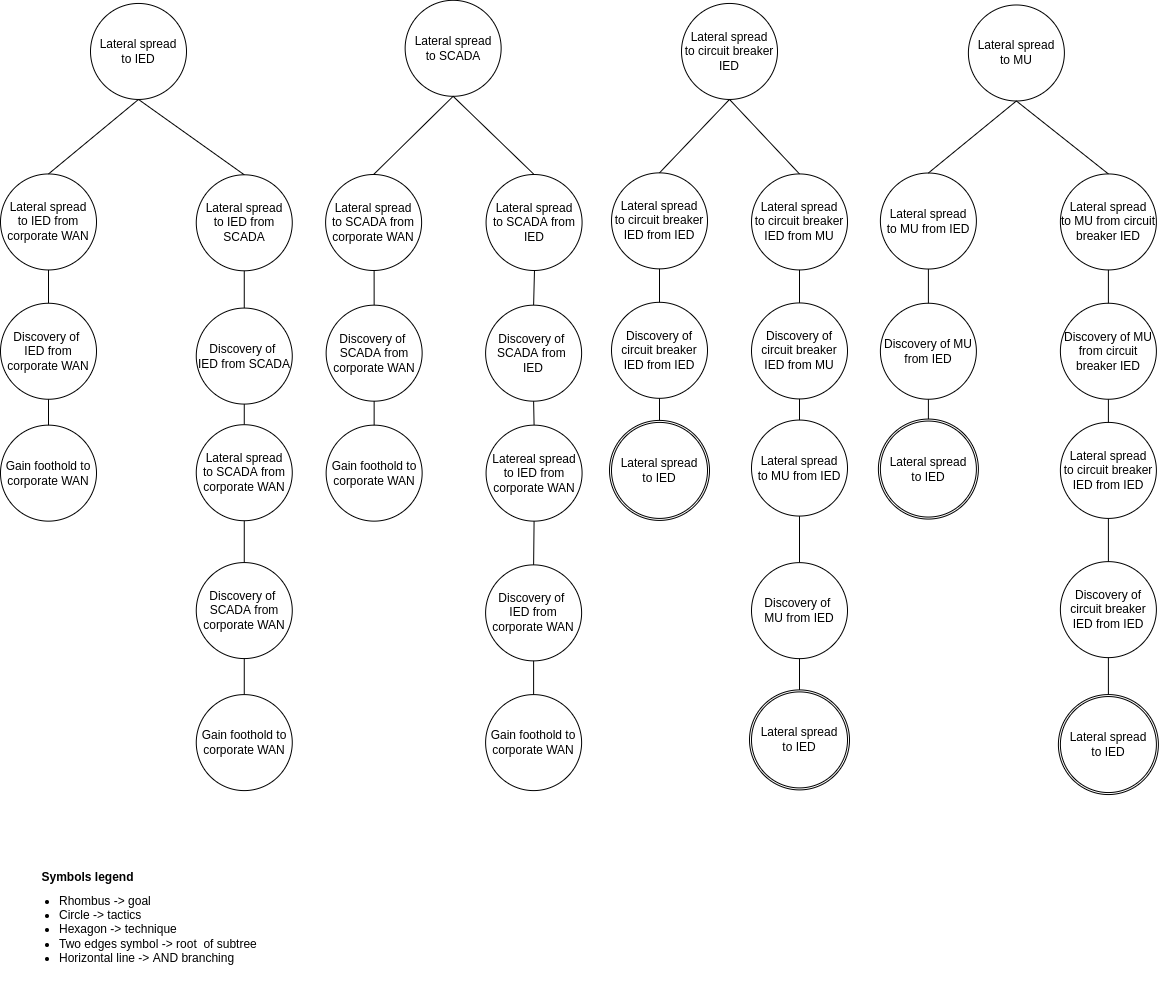
Above: drawIO_trees/solution_5_helper_trees_1.drawio.png in mihaelM/Attack_trees (draw.io), before the change. Source tidied: cells renumbered, new cells last; positions are measured from the earlier drawing's top-left corner, leaving out a move shared by most shapes.
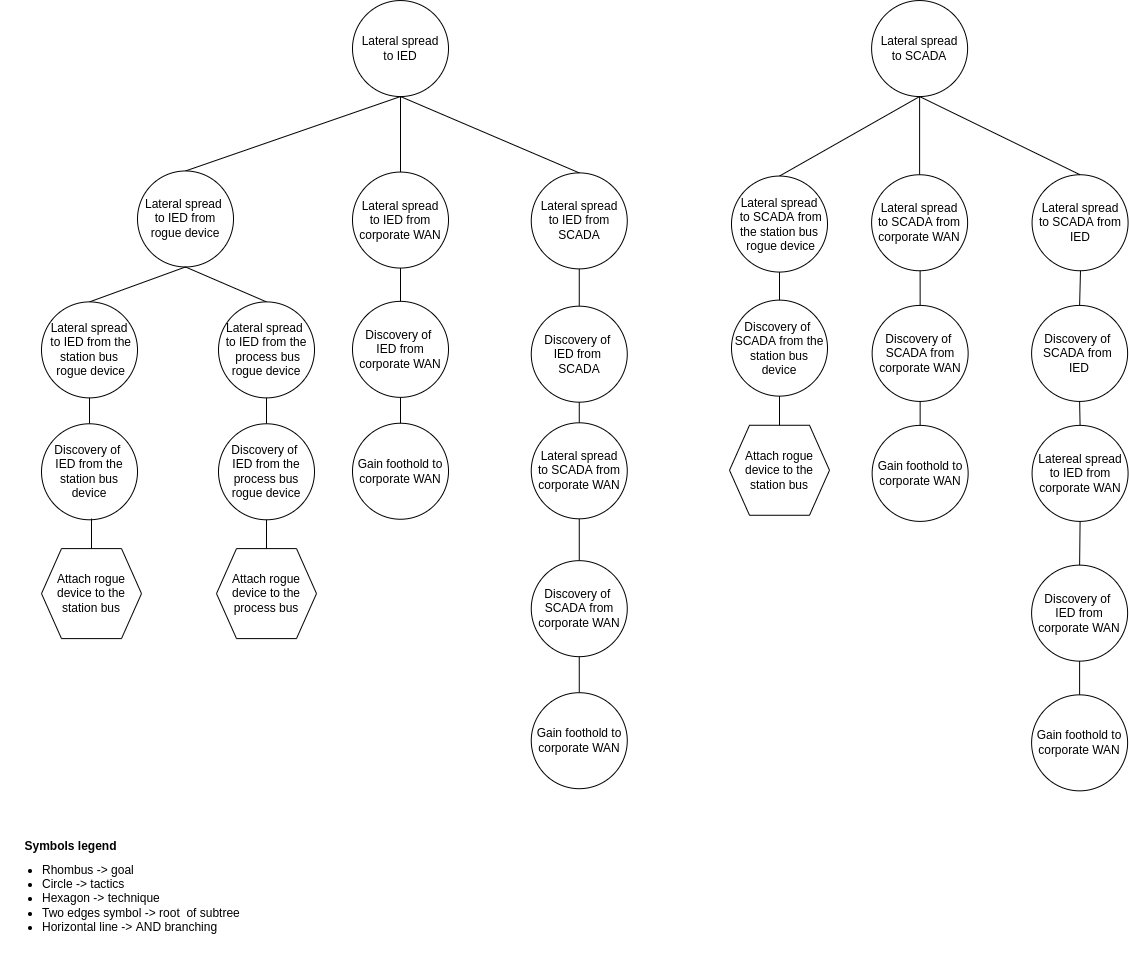
After the change.

Diff of the diagram source:
```diff
@@ -5,6 +5,6 @@
     <mxCell id="2" value="&lt;font style=&quot;font-size: 12px&quot;&gt;Symbols legend&lt;/font&gt;" style="text;strokeColor=none;fillColor=none;html=1;fontSize=24;fontStyle=1;verticalAlign=middle;align=center;" parent="1" vertex="1">
-      <mxGeometry x="37" y="853" width="100" height="40" as="geometry" />
+      <mxGeometry x="-996" y="834" width="100" height="40" as="geometry" />
     </mxCell>
     <mxCell id="3" value="&lt;ul&gt;&lt;li&gt;&lt;span&gt;Rhombus -&amp;gt; goal&lt;/span&gt;&lt;/li&gt;&lt;li&gt;&lt;span&gt;Circle -&amp;gt; tactics&lt;/span&gt;&lt;br&gt;&lt;/li&gt;&lt;li&gt;Hexagon -&amp;gt; technique&lt;/li&gt;&lt;li&gt;Two edges symbol -&amp;gt; root&amp;nbsp; of subtree&lt;/li&gt;&lt;li&gt;Horizontal line -&amp;gt; AND branching&lt;/li&gt;&lt;/ul&gt;" style="text;strokeColor=none;fillColor=none;html=1;whiteSpace=wrap;verticalAlign=middle;overflow=hidden;fontSize=12;" parent="1" vertex="1">
-      <mxGeometry x="17" y="874" width="270" height="110" as="geometry" />
+      <mxGeometry x="-1016" y="855" width="270" height="110" as="geometry" />
     </mxCell>
@@ -14,6 +14,6 @@
     <mxCell id="5" value="Lateral spread&lt;br&gt;to IED from corporate WAN" style="ellipse;whiteSpace=wrap;html=1;" parent="1" vertex="1">
-      <mxGeometry y="173.5" width="96" height="96" as="geometry" />
+      <mxGeometry x="-664" y="183.6" width="96" height="96" as="geometry" />
     </mxCell>
     <mxCell id="6" value="Discovery of &lt;br&gt;IED from corporate WAN" style="ellipse;whiteSpace=wrap;html=1;" parent="1" vertex="1">
-      <mxGeometry y="302.8" width="96" height="96" as="geometry" />
+      <mxGeometry x="-664" y="312.9" width="96" height="96" as="geometry" />
     </mxCell>
@@ -23,3 +23,3 @@
     <mxCell id="8" value="Gain foothold to corporate WAN" style="ellipse;whiteSpace=wrap;html=1;" parent="1" vertex="1">
-      <mxGeometry y="424.6" width="96" height="96" as="geometry" />
+      <mxGeometry x="-664" y="434.7" width="96" height="96" as="geometry" />
     </mxCell>
@@ -29,3 +29,3 @@
     <mxCell id="10" value="Lateral spread&lt;br&gt;to IED" style="ellipse;whiteSpace=wrap;html=1;" parent="1" vertex="1">
-      <mxGeometry x="90" y="2.9" width="96" height="96" as="geometry" />
+      <mxGeometry x="-664" y="12" width="96" height="96" as="geometry" />
     </mxCell>
@@ -35,6 +35,6 @@
     <mxCell id="12" value="Lateral spread&lt;br&gt;to IED from SCADA" style="ellipse;whiteSpace=wrap;html=1;" parent="1" vertex="1">
-      <mxGeometry x="195.8" y="174.3" width="96" height="96" as="geometry" />
+      <mxGeometry x="-485.2" y="184.4" width="96" height="96" as="geometry" />
     </mxCell>
-    <mxCell id="13" value="Discovery of &lt;br&gt;IED from SCADA" style="ellipse;whiteSpace=wrap;html=1;" parent="1" vertex="1">
-      <mxGeometry x="195.8" y="307.6" width="96" height="96" as="geometry" />
+    <mxCell id="13" value="Discovery of &lt;br&gt;IED from &lt;br&gt;SCADA" style="ellipse;whiteSpace=wrap;html=1;" parent="1" vertex="1">
+      <mxGeometry x="-485.2" y="317.7" width="96" height="96" as="geometry" />
     </mxCell>
@@ -50,6 +50,6 @@
     <mxCell id="17" value="Lateral spread&lt;br&gt;to SCADA from corporate WAN" style="ellipse;whiteSpace=wrap;html=1;" parent="1" vertex="1">
-      <mxGeometry x="195.8" y="424.2" width="96" height="96" as="geometry" />
+      <mxGeometry x="-485.2" y="434.3" width="96" height="96" as="geometry" />
     </mxCell>
     <mxCell id="18" value="Discovery of &lt;br&gt;SCADA from corporate WAN" style="ellipse;whiteSpace=wrap;html=1;" parent="1" vertex="1">
-      <mxGeometry x="195.8" y="562.1" width="96" height="96" as="geometry" />
+      <mxGeometry x="-485.2" y="572.2" width="96" height="96" as="geometry" />
     </mxCell>
@@ -59,3 +59,3 @@
     <mxCell id="20" value="Gain foothold to corporate WAN" style="ellipse;whiteSpace=wrap;html=1;" parent="1" vertex="1">
-      <mxGeometry x="195.8" y="694.1" width="96" height="96" as="geometry" />
+      <mxGeometry x="-485.2" y="704.2" width="96" height="96" as="geometry" />
     </mxCell>
@@ -63,3 +63,3 @@
       <mxGeometry relative="1" as="geometry">
-        <mxPoint x="373.6" y="265.8" as="targetPoint" />
+        <mxPoint x="-96.4" y="278.1" as="targetPoint" />
       </mxGeometry>
@@ -67,6 +67,6 @@
     <mxCell id="22" value="Lateral spread&lt;br&gt;to SCADA from corporate WAN" style="ellipse;whiteSpace=wrap;html=1;" parent="1" vertex="1">
-      <mxGeometry x="325.1" y="174" width="96" height="96" as="geometry" />
+      <mxGeometry x="-144.9" y="186.3" width="96" height="96" as="geometry" />
     </mxCell>
     <mxCell id="23" value="Discovery of &lt;br&gt;SCADA from corporate WAN" style="ellipse;whiteSpace=wrap;html=1;" parent="1" vertex="1">
-      <mxGeometry x="325.6" y="304.7" width="96" height="96" as="geometry" />
+      <mxGeometry x="-144.4" y="316.9" width="96" height="96" as="geometry" />
     </mxCell>
@@ -76,6 +76,6 @@
     <mxCell id="25" value="Gain foothold to corporate WAN" style="ellipse;whiteSpace=wrap;html=1;" parent="1" vertex="1">
-      <mxGeometry x="325.6" y="424.6" width="96" height="96" as="geometry" />
+      <mxGeometry x="-144.4" y="436.9" width="96" height="96" as="geometry" />
     </mxCell>
     <mxCell id="26" value="Lateral spread&lt;br&gt;to SCADA" style="ellipse;whiteSpace=wrap;html=1;" parent="1" vertex="1">
-      <mxGeometry x="404.6" y="-0.2" width="96" height="96" as="geometry" />
+      <mxGeometry x="-144.9" y="12.1" width="96" height="96" as="geometry" />
     </mxCell>
@@ -86,3 +86,3 @@
       <mxGeometry relative="1" as="geometry">
-        <mxPoint x="534.1" y="265.8" as="targetPoint" />
+        <mxPoint x="64.1" y="278.1" as="targetPoint" />
       </mxGeometry>
@@ -90,6 +90,6 @@
     <mxCell id="29" value="Lateral spread&lt;br&gt;to SCADA from IED" style="ellipse;whiteSpace=wrap;html=1;" parent="1" vertex="1">
-      <mxGeometry x="485.6" y="174" width="96" height="96" as="geometry" />
+      <mxGeometry x="15.6" y="186.3" width="96" height="96" as="geometry" />
     </mxCell>
     <mxCell id="30" value="Discovery of &lt;br&gt;SCADA from &lt;br&gt;IED" style="ellipse;whiteSpace=wrap;html=1;" parent="1" vertex="1">
-      <mxGeometry x="485.1" y="304.7" width="96" height="96" as="geometry" />
+      <mxGeometry x="15.1" y="316.9" width="96" height="96" as="geometry" />
     </mxCell>
@@ -102,3 +102,3 @@
     <mxCell id="33" value="Discovery of &lt;br&gt;IED from corporate WAN" style="ellipse;whiteSpace=wrap;html=1;" parent="1" vertex="1">
-      <mxGeometry x="485.1" y="564.4" width="96" height="96" as="geometry" />
+      <mxGeometry x="15.1" y="576.6" width="96" height="96" as="geometry" />
     </mxCell>
@@ -108,6 +108,6 @@
     <mxCell id="35" value="Gain foothold to corporate WAN" style="ellipse;whiteSpace=wrap;html=1;" parent="1" vertex="1">
-      <mxGeometry x="485.1" y="694.1" width="96" height="96" as="geometry" />
+      <mxGeometry x="15.1" y="706.4" width="96" height="96" as="geometry" />
     </mxCell>
     <mxCell id="36" value="Latereal spread to&amp;nbsp;IED from corporate WAN" style="ellipse;whiteSpace=wrap;html=1;" parent="1" vertex="1">
-      <mxGeometry x="485.6" y="424.6" width="96" height="96" as="geometry" />
+      <mxGeometry x="15.6" y="436.9" width="96" height="96" as="geometry" />
     </mxCell>
@@ -116,125 +116,64 @@
     </mxCell>
-    <mxCell id="38" value="Lateral spread&lt;br&gt;to circuit breaker IED from IED" style="ellipse;whiteSpace=wrap;html=1;" parent="1" vertex="1">
-      <mxGeometry x="611" y="172.4" width="96" height="96" as="geometry" />
-    </mxCell>
-    <mxCell id="39" style="endArrow=none;html=1;rounded=0;exitX=0.5;exitY=1;exitDx=0;exitDy=0;entryX=0.5;entryY=0;entryDx=0;entryDy=0;" parent="1" edge="1" target="73">
-      <mxGeometry relative="1" as="geometry">
-        <mxPoint x="659" y="379.1" as="sourcePoint" />
-      </mxGeometry>
-    </mxCell>
-    <mxCell id="40" value="Discovery of circuit breaker IED from IED" style="ellipse;whiteSpace=wrap;html=1;" parent="1" vertex="1">
-      <mxGeometry x="611" y="301.8" width="96" height="96" as="geometry" />
-    </mxCell>
-    <mxCell id="41" style="endArrow=none;html=1;rounded=0;exitX=0.5;exitY=1;exitDx=0;exitDy=0;entryX=0.5;entryY=0;entryDx=0;entryDy=0;" parent="1" edge="1" source="38" target="40">
-      <mxGeometry relative="1" as="geometry" />
-    </mxCell>
-    <mxCell id="42" value="Lateral spread&lt;br&gt;to circuit breaker IED" style="ellipse;whiteSpace=wrap;html=1;" parent="1" vertex="1">
-      <mxGeometry x="681" y="2.9" width="96" height="96" as="geometry" />
-    </mxCell>
-    <mxCell id="43" style="endArrow=none;html=1;rounded=0;exitX=0.5;exitY=1;exitDx=0;exitDy=0;entryX=0.5;entryY=0;entryDx=0;entryDy=0;" parent="1" edge="1" source="42" target="38">
-      <mxGeometry relative="1" as="geometry" />
-    </mxCell>
-    <mxCell id="44" value="Lateral spread&lt;br&gt;to circuit breaker IED from MU" style="ellipse;whiteSpace=wrap;html=1;" parent="1" vertex="1">
-      <mxGeometry x="751" y="173.4" width="96" height="96" as="geometry" />
-    </mxCell>
-    <mxCell id="45" style="endArrow=none;html=1;rounded=0;exitX=0.5;exitY=1;exitDx=0;exitDy=0;" parent="1" edge="1" target="69">
-      <mxGeometry relative="1" as="geometry">
-        <mxPoint x="799" y="624.1" as="sourcePoint" />
-      </mxGeometry>
-    </mxCell>
-    <mxCell id="46" value="Discovery of circuit breaker IED from MU" style="ellipse;whiteSpace=wrap;html=1;" parent="1" vertex="1">
-      <mxGeometry x="751" y="302.4" width="96" height="96" as="geometry" />
-    </mxCell>
-    <mxCell id="47" style="endArrow=none;html=1;rounded=0;exitX=0.5;exitY=1;exitDx=0;exitDy=0;entryX=0.5;entryY=0;entryDx=0;entryDy=0;" parent="1" edge="1" source="44" target="46">
-      <mxGeometry relative="1" as="geometry" />
-    </mxCell>
-    <mxCell id="48" style="endArrow=none;html=1;rounded=0;exitX=0.5;exitY=1;exitDx=0;exitDy=0;entryX=0.5;entryY=0;entryDx=0;entryDy=0;" parent="1" edge="1" source="42" target="44">
-      <mxGeometry relative="1" as="geometry" />
-    </mxCell>
-    <mxCell id="49" style="endArrow=none;html=1;rounded=0;exitX=0.5;exitY=0;exitDx=0;exitDy=0;" parent="1" edge="1" source="51" target="50">
-      <mxGeometry relative="1" as="geometry" />
-    </mxCell>
-    <mxCell id="50" value="Lateral spread&lt;br&gt;to MU from IED" style="ellipse;whiteSpace=wrap;html=1;" parent="1" vertex="1">
-      <mxGeometry x="751" y="419.6" width="96" height="96" as="geometry" />
-    </mxCell>
-    <mxCell id="51" value="Discovery of &lt;br&gt;MU from IED" style="ellipse;whiteSpace=wrap;html=1;" parent="1" vertex="1">
-      <mxGeometry x="751" y="562.1" width="96" height="96" as="geometry" />
-    </mxCell>
-    <mxCell id="52" style="endArrow=none;html=1;rounded=0;exitX=0.5;exitY=1;exitDx=0;exitDy=0;" parent="1" edge="1" source="46" target="50">
-      <mxGeometry relative="1" as="geometry" />
-    </mxCell>
-    <mxCell id="53" value="Lateral spread&lt;br&gt;to MU from IED" style="ellipse;whiteSpace=wrap;html=1;" parent="1" vertex="1">
-      <mxGeometry x="879.9" y="172.5" width="96" height="96" as="geometry" />
-    </mxCell>
-    <mxCell id="54" style="endArrow=none;html=1;rounded=0;exitX=0.5;exitY=1;exitDx=0;exitDy=0;entryX=0.5;entryY=0;entryDx=0;entryDy=0;" parent="1" edge="1" target="75">
-      <mxGeometry relative="1" as="geometry">
-        <mxPoint x="927.9" y="389.4" as="sourcePoint" />
-      </mxGeometry>
-    </mxCell>
-    <mxCell id="55" value="Discovery of MU from IED" style="ellipse;whiteSpace=wrap;html=1;" parent="1" vertex="1">
-      <mxGeometry x="879.9" y="302.7" width="96" height="96" as="geometry" />
-    </mxCell>
-    <mxCell id="56" style="endArrow=none;html=1;rounded=0;exitX=0.5;exitY=1;exitDx=0;exitDy=0;entryX=0.5;entryY=0;entryDx=0;entryDy=0;" parent="1" edge="1" source="53" target="55">
-      <mxGeometry relative="1" as="geometry" />
-    </mxCell>
-    <mxCell id="57" value="Lateral spread&lt;br&gt;to MU" style="ellipse;whiteSpace=wrap;html=1;" parent="1" vertex="1">
-      <mxGeometry x="967.9" y="4.5" width="96" height="96" as="geometry" />
-    </mxCell>
-    <mxCell id="58" style="endArrow=none;html=1;rounded=0;exitX=0.5;exitY=0;exitDx=0;exitDy=0;entryX=0.5;entryY=1;entryDx=0;entryDy=0;" parent="1" edge="1" source="53" target="57">
-      <mxGeometry relative="1" as="geometry" />
-    </mxCell>
-    <mxCell id="59" value="Lateral spread&lt;br&gt;to MU from circuit breaker IED" style="ellipse;whiteSpace=wrap;html=1;" parent="1" vertex="1">
-      <mxGeometry x="1059.9" y="173.4" width="96" height="96" as="geometry" />
-    </mxCell>
-    <mxCell id="60" style="endArrow=none;html=1;rounded=0;exitX=0.5;exitY=1;exitDx=0;exitDy=0;" parent="1" edge="1">
-      <mxGeometry relative="1" as="geometry">
-        <mxPoint x="1107.9" y="647.1" as="sourcePoint" />
-        <mxPoint x="1107.9" y="696.1" as="targetPoint" />
-      </mxGeometry>
-    </mxCell>
-    <mxCell id="61" value="Discovery of MU from circuit breaker IED" style="ellipse;whiteSpace=wrap;html=1;" parent="1" vertex="1">
-      <mxGeometry x="1059.9" y="302.7" width="96" height="96" as="geometry" />
-    </mxCell>
-    <mxCell id="62" style="endArrow=none;html=1;rounded=0;exitX=0.5;exitY=1;exitDx=0;exitDy=0;entryX=0.5;entryY=0;entryDx=0;entryDy=0;" parent="1" edge="1" source="59" target="61">
-      <mxGeometry relative="1" as="geometry" />
-    </mxCell>
-    <mxCell id="63" style="endArrow=none;html=1;rounded=0;exitX=0.5;exitY=0;exitDx=0;exitDy=0;" parent="1" edge="1" source="65" target="64">
-      <mxGeometry relative="1" as="geometry" />
-    </mxCell>
-    <mxCell id="64" value="Lateral spread&lt;br&gt;to circuit breaker IED from IED" style="ellipse;whiteSpace=wrap;html=1;" parent="1" vertex="1">
-      <mxGeometry x="1059.9" y="421.9" width="96" height="96" as="geometry" />
-    </mxCell>
-    <mxCell id="65" value="Discovery of circuit breaker IED&amp;nbsp;from IED" style="ellipse;whiteSpace=wrap;html=1;" parent="1" vertex="1">
-      <mxGeometry x="1059.9" y="561.1" width="96" height="96" as="geometry" />
-    </mxCell>
-    <mxCell id="66" style="endArrow=none;html=1;rounded=0;exitX=0.5;exitY=1;exitDx=0;exitDy=0;" parent="1" edge="1" source="61" target="64">
-      <mxGeometry relative="1" as="geometry" />
-    </mxCell>
-    <mxCell id="67" style="endArrow=none;html=1;rounded=0;exitX=0.5;exitY=1;exitDx=0;exitDy=0;entryX=0.5;entryY=0;entryDx=0;entryDy=0;" parent="1" edge="1" source="57" target="59">
-      <mxGeometry relative="1" as="geometry" />
-    </mxCell>
-    <mxCell id="68" style="ellipse;whiteSpace=wrap;html=1;" parent="1" vertex="1">
-      <mxGeometry x="749" y="689.4" width="100" height="100" as="geometry" />
-    </mxCell>
-    <mxCell id="69" value="Lateral spread&lt;br&gt;to IED" style="ellipse;whiteSpace=wrap;html=1;" parent="1" vertex="1">
-      <mxGeometry x="751" y="691.4" width="96" height="96" as="geometry" />
-    </mxCell>
-    <mxCell id="70" style="ellipse;whiteSpace=wrap;html=1;" parent="1" vertex="1">
-      <mxGeometry x="1057.9" y="694" width="100" height="100" as="geometry" />
-    </mxCell>
-    <mxCell id="71" value="Lateral spread&lt;br&gt;to IED" style="ellipse;whiteSpace=wrap;html=1;" parent="1" vertex="1">
-      <mxGeometry x="1059.9" y="696.1" width="96" height="96" as="geometry" />
-    </mxCell>
-    <mxCell id="72" style="ellipse;whiteSpace=wrap;html=1;" parent="1" vertex="1">
-      <mxGeometry x="609" y="419.9" width="100" height="100" as="geometry" />
-    </mxCell>
-    <mxCell id="73" value="Lateral spread&lt;br&gt;to IED" style="ellipse;whiteSpace=wrap;html=1;" parent="1" vertex="1">
-      <mxGeometry x="611" y="421.9" width="96" height="96" as="geometry" />
-    </mxCell>
-    <mxCell id="74" style="ellipse;whiteSpace=wrap;html=1;" parent="1" vertex="1">
-      <mxGeometry x="877.9" y="418.6" width="100" height="100" as="geometry" />
-    </mxCell>
-    <mxCell id="75" value="Lateral spread&lt;br&gt;to IED" style="ellipse;whiteSpace=wrap;html=1;" parent="1" vertex="1">
-      <mxGeometry x="879.9" y="420.6" width="96" height="96" as="geometry" />
-    </mxCell>
+    <mxCell id="76" style="endArrow=none;html=1;rounded=0;exitX=0.5;exitY=1;exitDx=0;exitDy=0;entryX=0.5;entryY=0;entryDx=0;entryDy=0;" parent="1" edge="1" source="10" target="77">
+      <mxGeometry relative="1" as="geometry" />
+    </mxCell>
+    <mxCell id="77" value="Lateral spread &lt;br&gt;to IED from rogue device" style="ellipse;whiteSpace=wrap;html=1;" parent="1" vertex="1">
+      <mxGeometry x="-879" y="182.5" width="96" height="96" as="geometry" />
+    </mxCell>
+    <mxCell id="78" style="endArrow=none;html=1;rounded=0;exitX=0.5;exitY=0;exitDx=0;exitDy=0;entryX=0.5;entryY=1;entryDx=0;entryDy=0;" parent="1" edge="1" source="79" target="77">
+      <mxGeometry relative="1" as="geometry" />
+    </mxCell>
+    <mxCell id="79" value="Lateral spread&lt;br&gt;&amp;nbsp;to IED from the station bus&lt;br&gt;&amp;nbsp;rogue device" style="ellipse;whiteSpace=wrap;html=1;" parent="1" vertex="1">
+      <mxGeometry x="-975" y="313.4" width="96" height="96" as="geometry" />
+    </mxCell>
+    <mxCell id="80" style="endArrow=none;html=1;rounded=0;entryX=0.5;entryY=1;entryDx=0;entryDy=0;" parent="1" edge="1" source="81" target="79">
+      <mxGeometry relative="1" as="geometry" />
+    </mxCell>
+    <mxCell id="81" value="Discovery of &lt;br&gt;IED from the station bus device" style="ellipse;whiteSpace=wrap;html=1;" parent="1" vertex="1">
+      <mxGeometry x="-975" y="435.3" width="96" height="96" as="geometry" />
+    </mxCell>
+    <mxCell id="82" style="endArrow=none;html=1;rounded=0;exitX=0.5;exitY=0;exitDx=0;exitDy=0;entryX=0.5;entryY=1;entryDx=0;entryDy=0;" parent="1" edge="1" source="83" target="77">
+      <mxGeometry relative="1" as="geometry" />
+    </mxCell>
+    <mxCell id="83" value="Lateral spread &lt;br&gt;to IED from the&lt;br&gt;&amp;nbsp;process bus rogue device" style="ellipse;whiteSpace=wrap;html=1;" parent="1" vertex="1">
+      <mxGeometry x="-798" y="313.4" width="96" height="96" as="geometry" />
+    </mxCell>
+    <mxCell id="84" style="endArrow=none;html=1;rounded=0;entryX=0.5;entryY=1;entryDx=0;entryDy=0;" parent="1" edge="1" source="85" target="83">
+      <mxGeometry relative="1" as="geometry" />
+    </mxCell>
+    <mxCell id="85" value="Discovery of &lt;br&gt;IED from the&lt;br&gt;process bus rogue device" style="ellipse;whiteSpace=wrap;html=1;" parent="1" vertex="1">
+      <mxGeometry x="-798" y="435.3" width="96" height="96" as="geometry" />
+    </mxCell>
+    <mxCell id="86" value="Attach rogue device to the station bus" style="shape=hexagon;perimeter=hexagonPerimeter2;whiteSpace=wrap;html=1;fixedSize=1;" parent="1" vertex="1">
+      <mxGeometry x="-975" y="560.1" width="100" height="90" as="geometry" />
+    </mxCell>
+    <mxCell id="87" value="Attach rogue device to the process bus" style="shape=hexagon;perimeter=hexagonPerimeter2;whiteSpace=wrap;html=1;fixedSize=1;" parent="1" vertex="1">
+      <mxGeometry x="-800" y="560.1" width="100" height="90" as="geometry" />
+    </mxCell>
+    <mxCell id="88" style="endArrow=none;html=1;rounded=0;" parent="1" edge="1" source="86">
+      <mxGeometry relative="1" as="geometry">
+        <mxPoint x="-925" y="530.1" as="targetPoint" />
+      </mxGeometry>
+    </mxCell>
+    <mxCell id="89" style="endArrow=none;html=1;rounded=0;entryX=0.5;entryY=1;entryDx=0;entryDy=0;exitX=0.5;exitY=0;exitDx=0;exitDy=0;" parent="1" edge="1" source="87" target="85">
+      <mxGeometry relative="1" as="geometry" />
+    </mxCell>
+    <mxCell id="90" style="endArrow=none;html=1;rounded=0;exitX=0.5;exitY=1;exitDx=0;exitDy=0;entryX=0.5;entryY=0;entryDx=0;entryDy=0;" parent="1" edge="1" source="26" target="91">
+      <mxGeometry relative="1" as="geometry" />
+    </mxCell>
+    <mxCell id="91" value="Lateral spread&lt;br&gt;&amp;nbsp;to SCADA from the station bus&lt;br&gt;&amp;nbsp;rogue device" style="ellipse;whiteSpace=wrap;html=1;" parent="1" vertex="1">
+      <mxGeometry x="-285" y="187.6" width="96" height="96" as="geometry" />
+    </mxCell>
+    <mxCell id="92" style="endArrow=none;html=1;rounded=0;entryX=0.5;entryY=1;entryDx=0;entryDy=0;" parent="1" edge="1" source="93" target="91">
+      <mxGeometry relative="1" as="geometry" />
+    </mxCell>
+    <mxCell id="93" value="Discovery of &lt;br&gt;SCADA from the station bus device" style="ellipse;whiteSpace=wrap;html=1;" parent="1" vertex="1">
+      <mxGeometry x="-285" y="311.6" width="96" height="96" as="geometry" />
+    </mxCell>
+    <mxCell id="94" value="Attach rogue device to the station bus" style="shape=hexagon;perimeter=hexagonPerimeter2;whiteSpace=wrap;html=1;fixedSize=1;" parent="1" vertex="1">
+      <mxGeometry x="-287" y="436.8" width="100" height="90" as="geometry" />
+    </mxCell>
+    <mxCell id="95" style="endArrow=none;html=1;rounded=0;entryX=0.5;entryY=1;entryDx=0;entryDy=0;" parent="1" edge="1" source="94" target="93">
+      <mxGeometry relative="1" as="geometry" />
+    </mxCell>
   </root>
```
